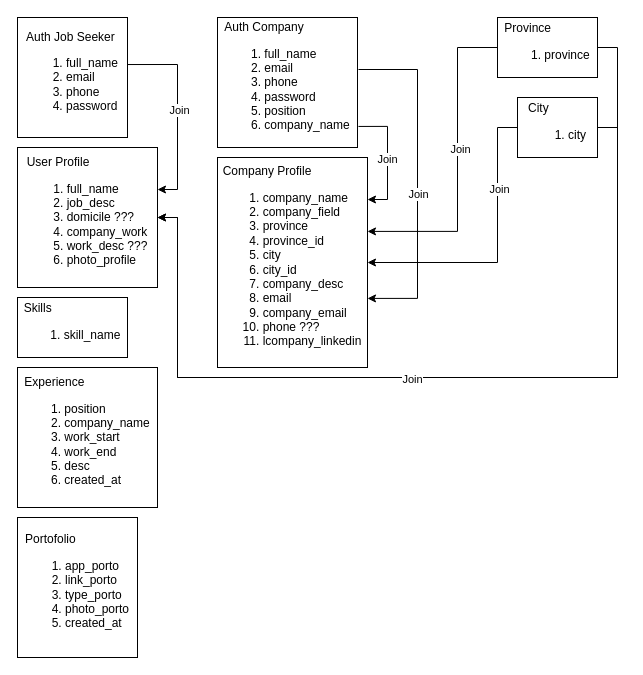
The draw.io diagram RawDatabaseDiagram.drawio in LKanugrahan/StorageTeamProjectBE, before the edit. Source tidied: cells renumbered, new cells numbered last; positions are measured from the earlier drawing's top-left corner, leaving out a move shared by most shapes. Both pictures are drawn from the tidied source at 100%, with x=0, y=0 at pixel (17, 17).
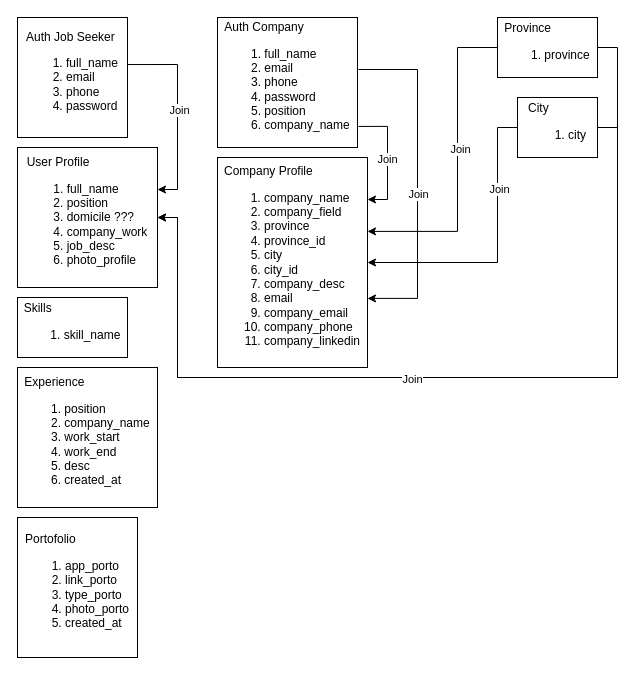
The same page after the edit.

The edit, as a diff of the source:
```diff
@@
-    <mxCell id="5" value="&lt;div style=&quot;text-align: left;&quot;&gt;User Profile&lt;/div&gt;&lt;div style=&quot;text-align: left;&quot;&gt;&lt;ol&gt;&lt;li&gt;&lt;span style=&quot;background-color: initial;&quot;&gt;full_name&lt;/span&gt;&lt;/li&gt;&lt;li&gt;&lt;span style=&quot;background-color: initial;&quot;&gt;job_desc&lt;/span&gt;&lt;/li&gt;&lt;li&gt;&lt;span style=&quot;background-color: initial;&quot;&gt;domicile ???&lt;/span&gt;&lt;/li&gt;&lt;li&gt;&lt;span style=&quot;background-color: initial;&quot;&gt;company_work&lt;/span&gt;&lt;/li&gt;&lt;li&gt;&lt;span style=&quot;background-color: initial;&quot;&gt;work_desc ???&lt;/span&gt;&lt;/li&gt;&lt;li&gt;photo_profile&lt;/li&gt;&lt;/ol&gt;&lt;/div&gt;&lt;div style=&quot;text-align: justify;&quot;&gt;&lt;/div&gt;" style="rounded=0;whiteSpace=wrap;html=1;" parent="1" vertex="1">
+    <mxCell id="5" value="&lt;div style=&quot;text-align: left;&quot;&gt;User Profile&lt;/div&gt;&lt;div style=&quot;text-align: left;&quot;&gt;&lt;ol&gt;&lt;li&gt;&lt;span style=&quot;background-color: initial;&quot;&gt;full_name&lt;/span&gt;&lt;/li&gt;&lt;li&gt;&lt;span style=&quot;background-color: initial;&quot;&gt;position&lt;/span&gt;&lt;/li&gt;&lt;li&gt;&lt;span style=&quot;background-color: initial;&quot;&gt;domicile ???&lt;/span&gt;&lt;/li&gt;&lt;li&gt;&lt;span style=&quot;background-color: initial;&quot;&gt;company_work&lt;/span&gt;&lt;/li&gt;&lt;li&gt;&lt;span style=&quot;background-color: initial;&quot;&gt;job_desc&lt;/span&gt;&lt;/li&gt;&lt;li&gt;photo_profile&lt;/li&gt;&lt;/ol&gt;&lt;/div&gt;&lt;div style=&quot;text-align: justify;&quot;&gt;&lt;/div&gt;" style="rounded=0;whiteSpace=wrap;html=1;" parent="1" vertex="1">
       <mxGeometry y="130" width="140" height="140" as="geometry" />
     </mxCell>
@@
-    <mxCell id="14" value="&lt;div style=&quot;text-align: left;&quot;&gt;Company Profile&lt;/div&gt;&lt;div style=&quot;text-align: left;&quot;&gt;&lt;ol&gt;&lt;li&gt;&lt;span style=&quot;background-color: initial;&quot;&gt;company_name&lt;/span&gt;&lt;/li&gt;&lt;li&gt;&lt;span style=&quot;background-color: initial;&quot;&gt;company_field&lt;/span&gt;&lt;/li&gt;&lt;li&gt;&lt;span style=&quot;background-color: initial;&quot;&gt;province&lt;/span&gt;&lt;/li&gt;&lt;li&gt;&lt;span style=&quot;background-color: initial;&quot;&gt;province_id&lt;/span&gt;&lt;/li&gt;&lt;li&gt;&lt;span style=&quot;background-color: initial;&quot;&gt;city&lt;/span&gt;&lt;/li&gt;&lt;li&gt;&lt;span style=&quot;background-color: initial;&quot;&gt;city_id&lt;/span&gt;&lt;/li&gt;&lt;li&gt;&lt;span style=&quot;background-color: initial;&quot;&gt;company_desc&lt;/span&gt;&lt;/li&gt;&lt;li&gt;email&lt;/li&gt;&lt;li&gt;company_email&lt;/li&gt;&lt;li&gt;phone ???&lt;/li&gt;&lt;li&gt;lcompany_linkedin&lt;/li&gt;&lt;/ol&gt;&lt;/div&gt;&lt;div style=&quot;text-align: justify;&quot;&gt;&lt;/div&gt;" style="rounded=0;whiteSpace=wrap;html=1;" parent="1" vertex="1">
+    <mxCell id="14" value="&lt;div style=&quot;text-align: left;&quot;&gt;Company Profile&lt;/div&gt;&lt;div style=&quot;text-align: left;&quot;&gt;&lt;ol&gt;&lt;li&gt;&lt;span style=&quot;background-color: initial;&quot;&gt;company_name&lt;/span&gt;&lt;/li&gt;&lt;li&gt;&lt;span style=&quot;background-color: initial;&quot;&gt;company_field&lt;/span&gt;&lt;/li&gt;&lt;li&gt;&lt;span style=&quot;background-color: initial;&quot;&gt;province&lt;/span&gt;&lt;/li&gt;&lt;li&gt;&lt;span style=&quot;background-color: initial;&quot;&gt;province_id&lt;/span&gt;&lt;/li&gt;&lt;li&gt;&lt;span style=&quot;background-color: initial;&quot;&gt;city&lt;/span&gt;&lt;/li&gt;&lt;li&gt;&lt;span style=&quot;background-color: initial;&quot;&gt;city_id&lt;/span&gt;&lt;/li&gt;&lt;li&gt;&lt;span style=&quot;background-color: initial;&quot;&gt;company_desc&lt;/span&gt;&lt;/li&gt;&lt;li&gt;email&lt;/li&gt;&lt;li&gt;company_email&lt;/li&gt;&lt;li&gt;company_phone&lt;/li&gt;&lt;li&gt;company_linkedin&lt;/li&gt;&lt;/ol&gt;&lt;/div&gt;&lt;div style=&quot;text-align: justify;&quot;&gt;&lt;/div&gt;" style="rounded=0;whiteSpace=wrap;html=1;" parent="1" vertex="1">
       <mxGeometry x="200" y="140" width="150" height="210" as="geometry" />
     </mxCell>
```
